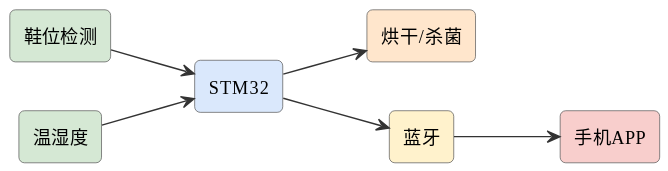
mingyi0818/IntelligentMcuCourse keeps this PlantUML diagram as assets/diagrams/ideas-fig11.svg. Above is the earlier version. Its diagram source:
```plantuml
@startuml
skinparam defaultFontName "Microsoft YaHei"
skinparam rectangleRoundCorner 8
skinparam rectangleBorderColor #555
skinparam rectangleFontSize 13
skinparam arrowFontSize 11
skinparam arrowColor #333
left to right direction
rectangle "鞋位检测" as shoe #d5e8d4
rectangle "STM32" as stm #dae8fc
rectangle "烘干/杀菌" as dry #ffe6cc
rectangle "温湿度" as th #d5e8d4
rectangle "蓝牙" as bt #fff2cc
rectangle "手机APP" as app #f8cecc
shoe --> stm
stm --> dry
th --> stm
stm --> bt
bt --> app
@enduml
```
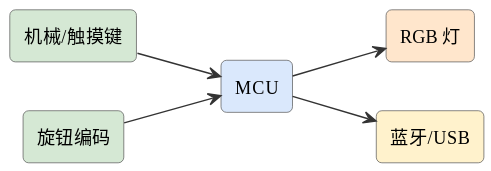
After the change.

Change to the diagram source:
```diff
@@ -6,15 +6,13 @@
 skinparam arrowFontSize 11
 skinparam arrowColor #333
 left to right direction
-rectangle "鞋位检测" as shoe #d5e8d4
-rectangle "STM32" as stm #dae8fc
-rectangle "烘干/杀菌" as dry #ffe6cc
-rectangle "温湿度" as th #d5e8d4
-rectangle "蓝牙" as bt #fff2cc
-rectangle "手机APP" as app #f8cecc
-shoe --> stm
-stm --> dry
-th --> stm
-stm --> bt
-bt --> app
+rectangle "机械/触摸键" as key #d5e8d4
+rectangle "旋钮编码" as enc #d5e8d4
+rectangle "MCU" as mcu #dae8fc
+rectangle "RGB 灯" as rgb #ffe6cc
+rectangle "蓝牙/USB" as bt #fff2cc
+key --> mcu
+enc --> mcu
+mcu --> rgb
+mcu --> bt
 @enduml
```
